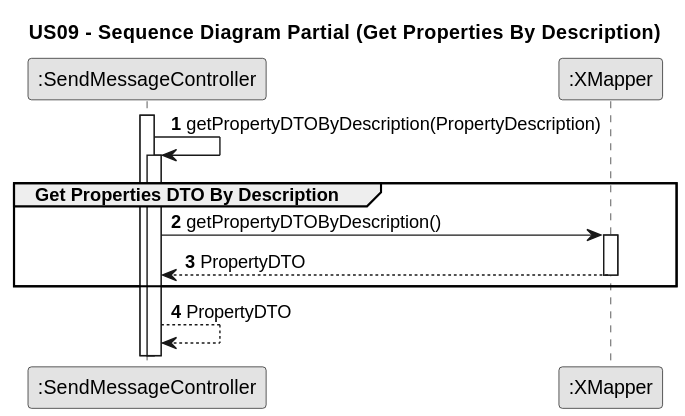
Earlier version of the PlantUML export docs/sprintD/US09/03.design/svg/us09-sequence-diagram-partial-get-properties-by-description.svg (PureNimble/ISEP-LAPR2). Its diagram source:
```plantuml
@startuml
 skinparam monochrome true
 skinparam packageStyle rectangle
 skinparam shadowing false

 title US09 - Sequence Diagram Partial (Get Properties By Description)

 autonumber 45


 participant ":SendMessageController" as CTRL
 participant ":XMapper" as XMapper

 autonumber
 activate CTRL
 CTRL -> CTRL:getPropertyDTOByDescription(PropertyDescription)
                activate CTRL

                group Get Properties DTO By Description



 CTRL -> XMapper :getPropertyDTOByDescription()
                activate XMapper

                XMapper --> CTRL:PropertyDTO
                deactivate XMapper

                end

                CTRL--> CTRL:PropertyDTO
 @enduml
```
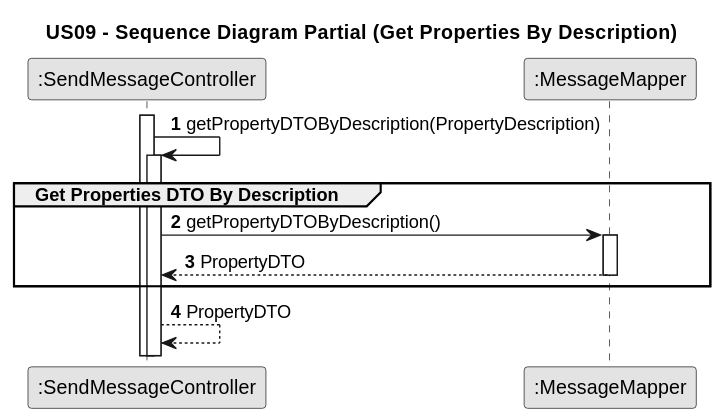
The same file after the commit.

Commit message:
US09- Sequence diagram full, partials and split update Class diagram update new svg added

The edit, as a diff of the source:
```diff
@@ -9,7 +9,7 @@
 
 
  participant ":SendMessageController" as CTRL
- participant ":XMapper" as XMapper
+ participant ":MessageMapper" as MessageMapper
 
  autonumber
  activate CTRL
@@ -20,11 +20,11 @@
 
 
 
- CTRL -> XMapper :getPropertyDTOByDescription()
-                activate XMapper
+ CTRL -> MessageMapper :getPropertyDTOByDescription()
+                activate MessageMapper
 
-                XMapper --> CTRL:PropertyDTO
-                deactivate XMapper
+                MessageMapper --> CTRL:PropertyDTO
+                deactivate MessageMapper
 
                 end
 
```
